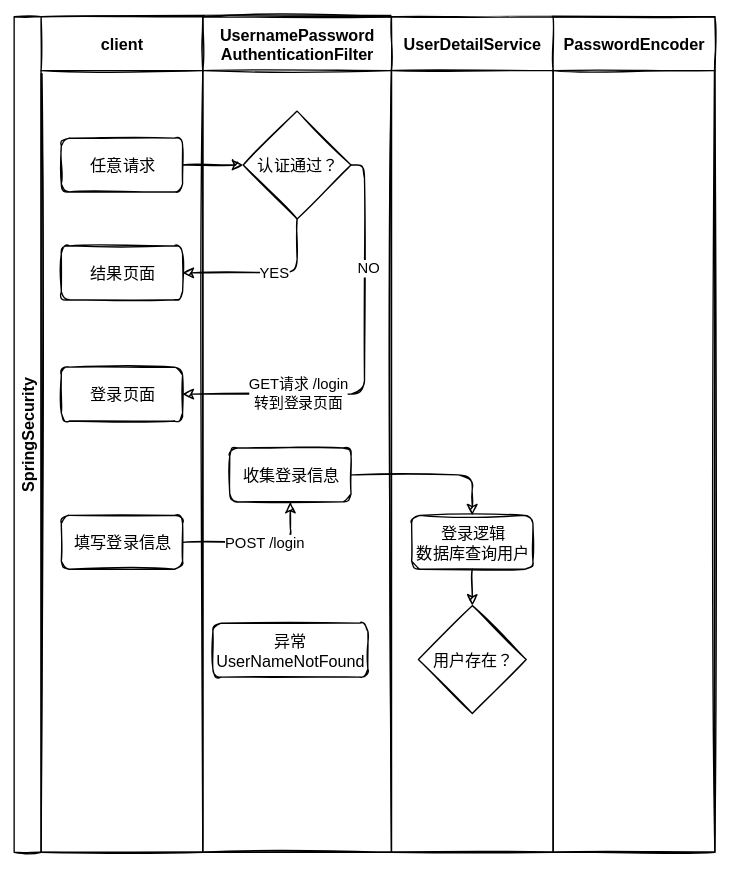
Before: Framework/Springboot/Untitled Diagram.svg, a diagram exported from draw.io (justin4v/ZettelNotes). Source tidied: cells renumbered, new cells last; positions are measured from the earlier drawing's top-left corner, leaving out a move shared by most shapes.
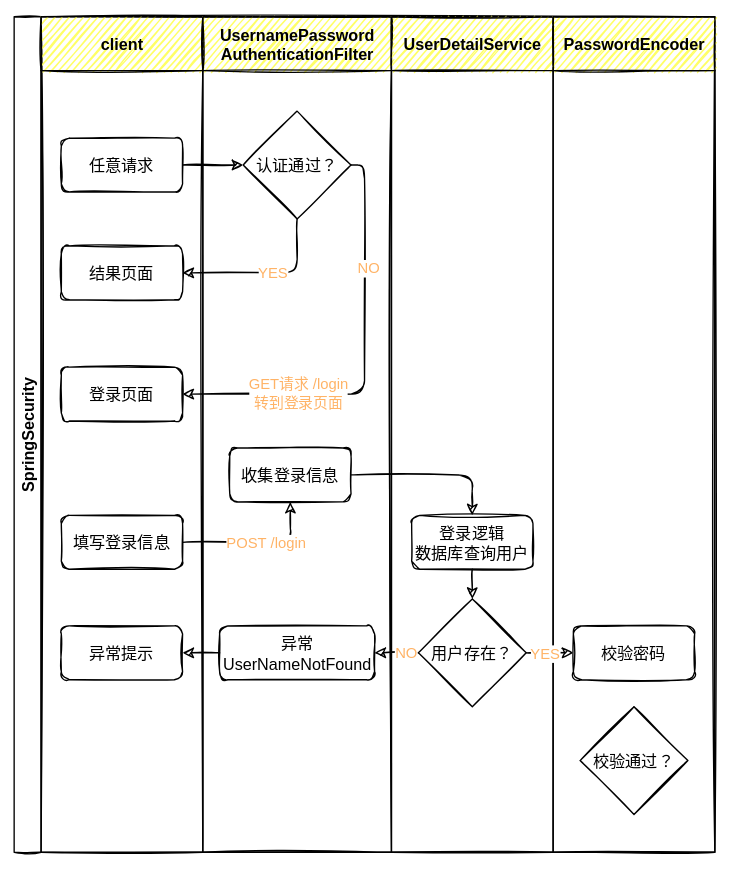
After the change.

Change to the diagram source:
```diff
@@ -5,7 +5,7 @@
     <mxCell id="2" value="SpringSecurity" style="swimlane;startSize=20;horizontal=0;" parent="1" vertex="1">
       <mxGeometry width="520" height="620" as="geometry" />
     </mxCell>
-    <mxCell id="3" value="client" style="swimlane;startSize=40;" parent="2" vertex="1">
+    <mxCell id="3" value="client" style="swimlane;startSize=40;fillColor=#FFFF66;" parent="2" vertex="1">
       <mxGeometry x="20" width="120" height="620" as="geometry" />
     </mxCell>
     <mxCell id="4" value="任意请求" style="rounded=1;whiteSpace=wrap;html=1;" parent="3" vertex="1">
@@ -20,7 +20,10 @@
     <mxCell id="7" value="填写登录信息" style="rounded=1;whiteSpace=wrap;html=1;" parent="3" vertex="1">
       <mxGeometry x="15" y="370" width="90" height="40" as="geometry" />
     </mxCell>
+    <mxCell id="26" value="异常提示" style="rounded=1;whiteSpace=wrap;html=1;" parent="3" vertex="1">
+      <mxGeometry x="15" y="452" width="90" height="40" as="geometry" />
+    </mxCell>
-    <mxCell id="8" value="UsernamePassword&#10;AuthenticationFilter" style="swimlane;startSize=40;" parent="2" vertex="1">
+    <mxCell id="8" value="UsernamePassword&#10;AuthenticationFilter" style="swimlane;startSize=40;fillColor=#FFFF66;" parent="2" vertex="1">
       <mxGeometry x="140" width="140" height="620" as="geometry" />
     </mxCell>
     <mxCell id="9" value="认证通过？" style="rhombus;whiteSpace=wrap;html=1;" parent="8" vertex="1">
@@ -30,9 +33,9 @@
       <mxGeometry x="20" y="320" width="90" height="40" as="geometry" />
     </mxCell>
     <mxCell id="11" value="异常&lt;br&gt;UserNameNotFound" style="rounded=1;whiteSpace=wrap;html=1;" parent="8" vertex="1">
-      <mxGeometry x="7.5" y="450" width="115" height="40" as="geometry" />
+      <mxGeometry x="12.5" y="452" width="115" height="40" as="geometry" />
     </mxCell>
-    <mxCell id="12" value="UserDetailService" style="swimlane;startSize=40;" parent="2" vertex="1">
+    <mxCell id="12" value="UserDetailService" style="swimlane;startSize=40;fillColor=#FFFF66;" parent="2" vertex="1">
       <mxGeometry x="280" width="120" height="620" as="geometry" />
     </mxCell>
     <mxCell id="13" style="edgeStyle=orthogonalEdgeStyle;html=1;" parent="12" edge="1" source="14" target="15">
@@ -42,27 +45,33 @@
       <mxGeometry x="15" y="370" width="90" height="40" as="geometry" />
     </mxCell>
     <mxCell id="15" value="用户存在？" style="rhombus;whiteSpace=wrap;html=1;" parent="12" vertex="1">
-      <mxGeometry x="20" y="437" width="80" height="80" as="geometry" />
+      <mxGeometry x="20" y="432" width="80" height="80" as="geometry" />
     </mxCell>
-    <mxCell id="16" value="PasswordEncoder" style="swimlane;startSize=40;" parent="2" vertex="1">
+    <mxCell id="16" value="PasswordEncoder" style="swimlane;startSize=40;fillColor=#FFFF66;" parent="2" vertex="1">
       <mxGeometry x="400" width="120" height="620" as="geometry" />
     </mxCell>
+    <mxCell id="27" value="校验密码" style="rounded=1;whiteSpace=wrap;html=1;" parent="16" vertex="1">
+      <mxGeometry x="15" y="452" width="90" height="40" as="geometry" />
+    </mxCell>
+    <mxCell id="28" value="校验通过？" style="rhombus;whiteSpace=wrap;html=1;" parent="16" vertex="1">
+      <mxGeometry x="20" y="512" width="80" height="80" as="geometry" />
+    </mxCell>
     <mxCell id="17" style="edgeStyle=none;html=1;" parent="2" edge="1" source="4" target="9">
       <mxGeometry relative="1" as="geometry" />
     </mxCell>
     <mxCell id="18" style="edgeStyle=orthogonalEdgeStyle;html=1;exitX=0.5;exitY=1;exitDx=0;exitDy=0;entryX=1;entryY=0.5;entryDx=0;entryDy=0;" parent="2" edge="1" source="9" target="5">
       <mxGeometry relative="1" as="geometry" />
     </mxCell>
-    <mxCell id="19" value="YES" style="edgeLabel;html=1;align=center;verticalAlign=middle;" parent="18" vertex="1">
+    <mxCell id="19" value="YES" style="edgeLabel;html=1;align=center;verticalAlign=middle;fontColor=#FFB366;" parent="18" vertex="1">
       <mxGeometry x="-0.06" y="-1" relative="1" as="geometry" />
     </mxCell>
     <mxCell id="20" style="edgeStyle=orthogonalEdgeStyle;html=1;exitX=1;exitY=0.5;exitDx=0;exitDy=0;entryX=1;entryY=0.5;entryDx=0;entryDy=0;" parent="2" edge="1" source="9" target="6">
       <mxGeometry relative="1" as="geometry" />
     </mxCell>
-    <mxCell id="21" value="NO" style="edgeLabel;html=1;align=center;verticalAlign=middle;" parent="20" vertex="1">
+    <mxCell id="21" value="NO" style="edgeLabel;html=1;align=center;verticalAlign=middle;fontColor=#FFB366;" parent="20" vertex="1">
       <mxGeometry x="-0.45" y="2" relative="1" as="geometry" />
     </mxCell>
-    <mxCell id="22" value="GET请求 /login&lt;br&gt;转到登录页面" style="edgeLabel;html=1;align=center;verticalAlign=middle;" parent="20" vertex="1">
+    <mxCell id="22" value="GET请求 /login&lt;br&gt;转到登录页面" style="edgeLabel;html=1;align=center;verticalAlign=middle;fontColor=#FFB366;" parent="20" vertex="1">
       <mxGeometry x="0.35" y="-1" relative="1" as="geometry">
         <mxPoint x="-17" as="offset" />
       </mxGeometry>
@@ -70,11 +79,26 @@
     <mxCell id="23" style="edgeStyle=orthogonalEdgeStyle;html=1;exitX=1;exitY=0.5;exitDx=0;exitDy=0;entryX=0.5;entryY=1;entryDx=0;entryDy=0;" parent="2" edge="1" source="7" target="10">
       <mxGeometry relative="1" as="geometry" />
     </mxCell>
-    <mxCell id="24" value="POST /login" style="edgeLabel;html=1;align=center;verticalAlign=middle;" parent="23" vertex="1">
+    <mxCell id="24" value="POST /login" style="edgeLabel;html=1;align=center;verticalAlign=middle;fontColor=#FFB366;" parent="23" vertex="1">
       <mxGeometry x="0.1" relative="1" as="geometry" />
     </mxCell>
     <mxCell id="25" style="edgeStyle=orthogonalEdgeStyle;html=1;exitX=1;exitY=0.5;exitDx=0;exitDy=0;entryX=0.5;entryY=0;entryDx=0;entryDy=0;" parent="2" edge="1" source="10" target="14">
       <mxGeometry relative="1" as="geometry" />
     </mxCell>
+    <mxCell id="29" style="edgeStyle=orthogonalEdgeStyle;html=1;" parent="2" edge="1" source="15" target="11">
+      <mxGeometry relative="1" as="geometry" />
+    </mxCell>
+    <mxCell id="30" value="&lt;font color=&quot;#ffb366&quot;&gt;NO&lt;/font&gt;" style="edgeLabel;html=1;align=center;verticalAlign=middle;fillColor=#FFB366;" parent="29" vertex="1">
+      <mxGeometry x="-0.38" y="-1" relative="1" as="geometry" />
+    </mxCell>
+    <mxCell id="31" style="edgeStyle=orthogonalEdgeStyle;html=1;" parent="2" edge="1" source="11" target="26">
+      <mxGeometry relative="1" as="geometry" />
+    </mxCell>
+    <mxCell id="32" style="edgeStyle=orthogonalEdgeStyle;html=1;fontColor=#FFB366;" parent="2" edge="1" source="15" target="27">
+      <mxGeometry relative="1" as="geometry" />
+    </mxCell>
+    <mxCell id="33" value="YES" style="edgeLabel;html=1;align=center;verticalAlign=middle;fontColor=#FFB366;" parent="32" vertex="1">
+      <mxGeometry x="-0.26" relative="1" as="geometry" />
+    </mxCell>
   </root>
 </mxGraphModel>
```
